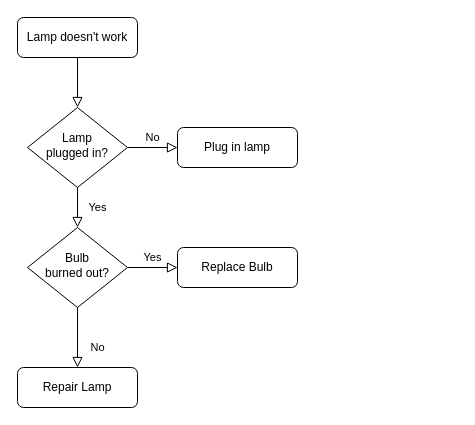
Before: Untitled Diagram.drawio in claudiomagno/app_dev, a draw.io diagram. Source tidied: cells renumbered, new cells numbered last; positions are measured from the earlier drawing's top-left corner, leaving out a move shared by most shapes. Both pictures are drawn from the tidied source at 100%, with x=0, y=0 at pixel (17, 17).
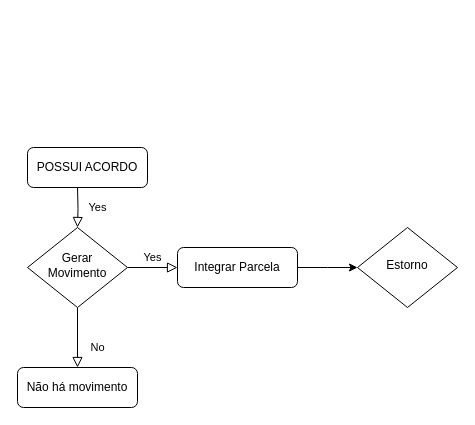
The same page after the edit.

Diff of the diagram source:
```diff
@@
 <mxGraphModel>
   <root>
     <mxCell id="0" />
     <mxCell id="1" parent="0" />
-    <mxCell id="2" style="rounded=0;html=1;jettySize=auto;fontSize=11;endArrow=block;endFill=0;endSize=8;strokeWidth=1;shadow=0;labelBackgroundColor=none;edgeStyle=orthogonalEdgeStyle;" parent="1" edge="1" source="3" target="6">
-      <mxGeometry relative="1" as="geometry" />
-    </mxCell>
-    <mxCell id="3" value="Lamp doesn't work" style="rounded=1;whiteSpace=wrap;html=1;fontSize=12;glass=0;strokeWidth=1;shadow=0;" parent="1" vertex="1">
-      <mxGeometry width="120" height="40" as="geometry" />
+    <mxCell id="3" value="POSSUI ACORDO" style="rounded=1;whiteSpace=wrap;html=1;fontSize=12;glass=0;strokeWidth=1;shadow=0;" parent="1" vertex="1">
+      <mxGeometry x="10" y="130" width="120" height="40" as="geometry" />
     </mxCell>
-    <mxCell id="4" value="Yes" style="rounded=0;html=1;jettySize=auto;fontSize=11;endArrow=block;endFill=0;endSize=8;strokeWidth=1;shadow=0;labelBackgroundColor=none;edgeStyle=orthogonalEdgeStyle;" parent="1" edge="1" source="6" target="10">
-      <mxGeometry y="20" relative="1" as="geometry" />
+    <mxCell id="4" value="Yes" style="rounded=0;html=1;jettySize=auto;fontSize=11;endArrow=block;endFill=0;endSize=8;strokeWidth=1;shadow=0;labelBackgroundColor=none;edgeStyle=orthogonalEdgeStyle;" parent="1" edge="1" target="10">
+      <mxGeometry y="20" relative="1" as="geometry">
+        <mxPoint x="60" y="170" as="sourcePoint" />
+      </mxGeometry>
     </mxCell>
-    <mxCell id="5" value="No" style="edgeStyle=orthogonalEdgeStyle;rounded=0;html=1;jettySize=auto;fontSize=11;endArrow=block;endFill=0;endSize=8;strokeWidth=1;shadow=0;labelBackgroundColor=none;" parent="1" edge="1" source="6" target="7">
-      <mxGeometry y="10" relative="1" as="geometry" />
-    </mxCell>
-    <mxCell id="6" value="Lamp&lt;br&gt;plugged in?" style="rhombus;whiteSpace=wrap;html=1;shadow=0;fontFamily=Helvetica;fontSize=12;align=center;strokeWidth=1;spacing=6;spacingTop=-4;" parent="1" vertex="1">
-      <mxGeometry x="10" y="90" width="100" height="80" as="geometry" />
-    </mxCell>
-    <mxCell id="7" value="Plug in lamp" style="rounded=1;whiteSpace=wrap;html=1;fontSize=12;glass=0;strokeWidth=1;shadow=0;" parent="1" vertex="1">
-      <mxGeometry x="160" y="110" width="120" height="40" as="geometry" />
-    </mxCell>
     <mxCell id="8" value="No" style="rounded=0;html=1;jettySize=auto;fontSize=11;endArrow=block;endFill=0;endSize=8;strokeWidth=1;shadow=0;labelBackgroundColor=none;edgeStyle=orthogonalEdgeStyle;" parent="1" edge="1" source="10" target="11">
       <mxGeometry x="0.33" y="20" relative="1" as="geometry" />
     </mxCell>
     <mxCell id="9" value="Yes" style="edgeStyle=orthogonalEdgeStyle;rounded=0;html=1;jettySize=auto;fontSize=11;endArrow=block;endFill=0;endSize=8;strokeWidth=1;shadow=0;labelBackgroundColor=none;" parent="1" edge="1" source="10" target="12">
       <mxGeometry y="10" relative="1" as="geometry" />
     </mxCell>
-    <mxCell id="10" value="Bulb&lt;br&gt;burned out?" style="rhombus;whiteSpace=wrap;html=1;shadow=0;fontFamily=Helvetica;fontSize=12;align=center;strokeWidth=1;spacing=6;spacingTop=-4;" parent="1" vertex="1">
+    <mxCell id="10" value="Gerar Movimento" style="rhombus;whiteSpace=wrap;html=1;shadow=0;fontFamily=Helvetica;fontSize=12;align=center;strokeWidth=1;spacing=6;spacingTop=-4;" parent="1" vertex="1">
       <mxGeometry x="10" y="210" width="100" height="80" as="geometry" />
     </mxCell>
-    <mxCell id="11" value="Repair Lamp" style="rounded=1;whiteSpace=wrap;html=1;fontSize=12;glass=0;strokeWidth=1;shadow=0;" parent="1" vertex="1">
+    <mxCell id="11" value="Não há movimento&lt;br&gt;" style="rounded=1;whiteSpace=wrap;html=1;fontSize=12;glass=0;strokeWidth=1;shadow=0;" parent="1" vertex="1">
       <mxGeometry y="350" width="120" height="40" as="geometry" />
     </mxCell>
+    <mxCell id="13" style="edgeStyle=orthogonalEdgeStyle;rounded=0;jettySize=auto;html=1;exitX=1;exitY=0.5;exitDx=0;exitDy=0;" parent="1" edge="1" source="12">
+      <mxGeometry relative="1" as="geometry">
+        <mxPoint x="340" y="250" as="targetPoint" />
+      </mxGeometry>
+    </mxCell>
-    <mxCell id="12" value="Replace Bulb" style="rounded=1;whiteSpace=wrap;html=1;fontSize=12;glass=0;strokeWidth=1;shadow=0;" parent="1" vertex="1">
+    <mxCell id="12" value="Integrar Parcela" style="rounded=1;whiteSpace=wrap;html=1;fontSize=12;glass=0;strokeWidth=1;shadow=0;" parent="1" vertex="1">
       <mxGeometry x="160" y="230" width="120" height="40" as="geometry" />
     </mxCell>
+    <mxCell id="14" value="Estorno" style="rhombus;whiteSpace=wrap;html=1;shadow=0;fontFamily=Helvetica;fontSize=12;align=center;strokeWidth=1;spacing=6;spacingTop=-4;" parent="1" vertex="1">
+      <mxGeometry x="340" y="210" width="100" height="80" as="geometry" />
+    </mxCell>
   </root>
 </mxGraphModel>
```
